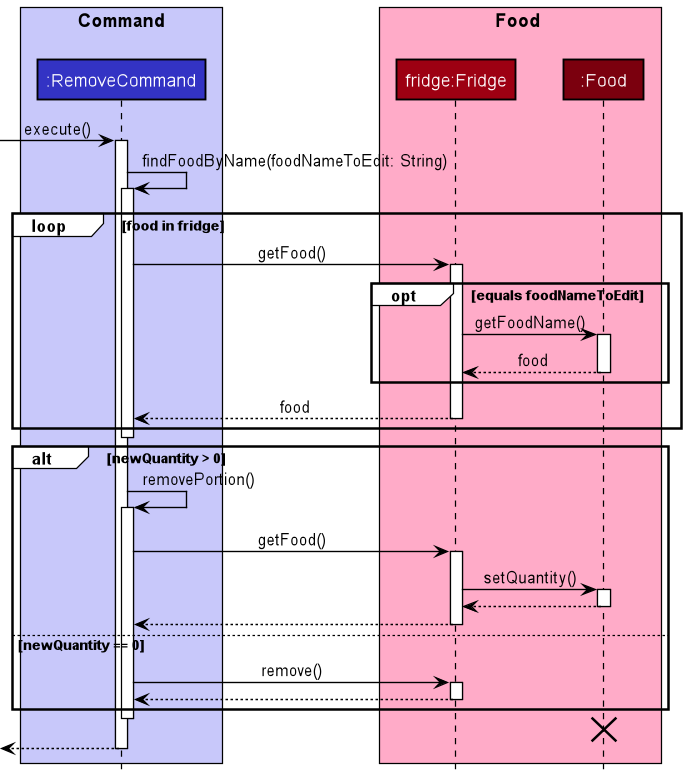
nus-cs2113-AY2021S2/tp keeps this PlantUML diagram as docs/diagrams/diagram_images/RemoveSequenceDiagram.png. Above is the earlier version. Its diagram source:
```plantuml
@startuml
!include style.puml

box "Command\n" COMMAND_COLOR_T1
participant ":RemoveCommand" as RemoveCommand COMMAND_COLOR
end box

box Food FOOD_COLOR_T1
participant "fridge:Fridge" as Fridge FOOD_COLOR
participant ":Food" as Food FOOD_COLOR_T3
end box

-> RemoveCommand: execute()
activate RemoveCommand

RemoveCommand -> RemoveCommand: findFoodByName(foodNameToEdit: String)
activate RemoveCommand

loop food in fridge
    RemoveCommand -> Fridge: getFood()
    activate Fridge
    opt equals foodNameToEdit
        Fridge -> Food: getFoodName()
        activate Food
        return food
    end
    return food
end

deactivate RemoveCommand

alt newQuantity > 0
    RemoveCommand -> RemoveCommand: removePortion()
    activate RemoveCommand
    RemoveCommand -> Fridge: getFood()
    activate Fridge
    Fridge -> Food: setQuantity()
    activate Food
    return
    return
    deactivate Fridge
else newQuantity == 0
    RemoveCommand -> Fridge: remove()
    activate Fridge
    return
    deactivate Fridge

end

deactivate RemoveCommand
destroy Food


<-- RemoveCommand:
deactivate RemoveCommand

@enduml
```
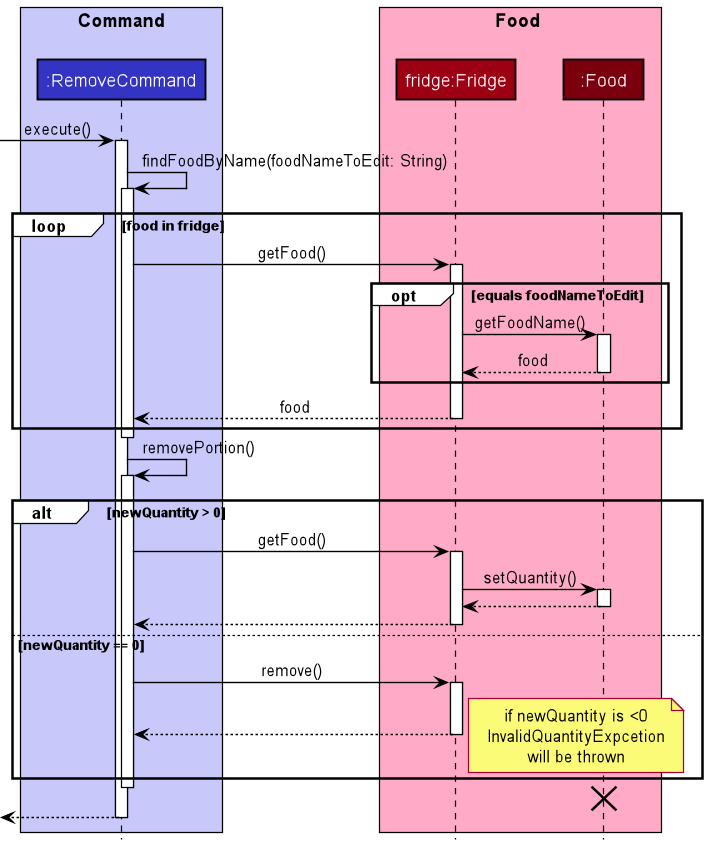
Later version of the same file.

What changed in the source:
```diff
@@ -28,10 +28,10 @@
 end
 
 deactivate RemoveCommand
+RemoveCommand -> RemoveCommand: removePortion()
+    activate RemoveCommand
 
 alt newQuantity > 0
-    RemoveCommand -> RemoveCommand: removePortion()
-    activate RemoveCommand
     RemoveCommand -> Fridge: getFood()
     activate Fridge
     Fridge -> Food: setQuantity()
@@ -44,13 +44,18 @@
     activate Fridge
     return
     deactivate Fridge
-
+    note right
+    if newQuantity is <0
+    InvalidQuantityExpcetion
+    will be thrown
+    end note
 end
 
 deactivate RemoveCommand
 destroy Food
 
 
+
 <-- RemoveCommand:
 deactivate RemoveCommand
 
```
